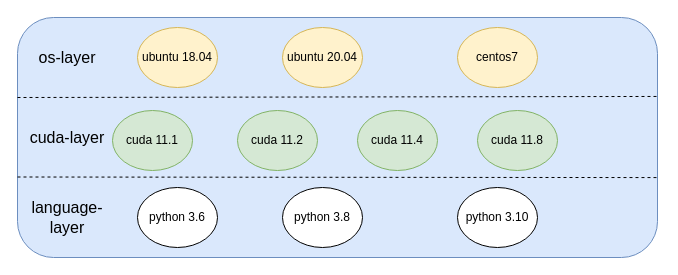
YanshanSong/draw.io keeps this draw.io diagram as docker-buildx-bake.drawio. Above is the earlier version. Source tidied: cells renumbered, new cells numbered last; positions are measured from the earlier drawing's top-left corner, leaving out a move shared by most shapes. Both pictures are drawn from the tidied source at 100%, with x=0, y=0 at pixel (17, 17).
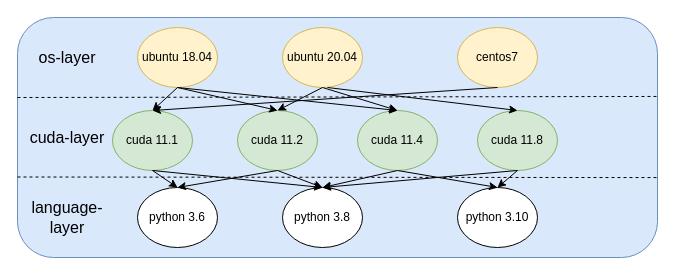
After the change.

The change refers to these unchanged cells:
```xml
<mxCell id="3" value="ubuntu 18.04" style="ellipse;whiteSpace=wrap;html=1;fillColor=#fff2cc;strokeColor=#d6b656;" parent="1" vertex="1">
  <mxGeometry x="120" y="10" width="80" height="60" as="geometry" />
</mxCell>
<mxCell id="4" value="ubuntu 20.04" style="ellipse;whiteSpace=wrap;html=1;fillColor=#fff2cc;strokeColor=#d6b656;" parent="1" vertex="1">
  <mxGeometry x="265" y="10" width="80" height="60" as="geometry" />
</mxCell>
<mxCell id="8" value="cuda 11.1" style="ellipse;whiteSpace=wrap;html=1;fillColor=#d5e8d4;strokeColor=#82b366;" parent="1" vertex="1">
  <mxGeometry x="95" y="93" width="80" height="60" as="geometry" />
</mxCell>
<mxCell id="9" value="cuda 11.2" style="ellipse;whiteSpace=wrap;html=1;fillColor=#d5e8d4;strokeColor=#82b366;" parent="1" vertex="1">
  <mxGeometry x="220" y="93" width="80" height="60" as="geometry" />
</mxCell>
<mxCell id="10" value="cuda 11.4" style="ellipse;whiteSpace=wrap;html=1;fillColor=#d5e8d4;strokeColor=#82b366;" parent="1" vertex="1">
  <mxGeometry x="340" y="93" width="80" height="60" as="geometry" />
</mxCell>
<mxCell id="11" value="cuda 11.8" style="ellipse;whiteSpace=wrap;html=1;fillColor=#d5e8d4;strokeColor=#82b366;" parent="1" vertex="1">
  <mxGeometry x="460" y="93" width="80" height="60" as="geometry" />
</mxCell>
<mxCell id="12" value="centos7" style="ellipse;whiteSpace=wrap;html=1;fillColor=#fff2cc;strokeColor=#d6b656;" parent="1" vertex="1">
  <mxGeometry x="440" y="10" width="80" height="60" as="geometry" />
</mxCell>
<mxCell id="15" value="python 3.6" style="ellipse;whiteSpace=wrap;html=1;" parent="1" vertex="1">
  <mxGeometry x="120" y="170" width="80" height="60" as="geometry" />
</mxCell>
<mxCell id="16" value="python 3.8" style="ellipse;whiteSpace=wrap;html=1;" parent="1" vertex="1">
  <mxGeometry x="265" y="170" width="80" height="60" as="geometry" />
</mxCell>
<mxCell id="17" value="python 3.10" style="ellipse;whiteSpace=wrap;html=1;" parent="1" vertex="1">
  <mxGeometry x="440" y="170" width="80" height="60" as="geometry" />
</mxCell>
```

Diff of the diagram source:
```diff
@@
+    <mxCell id="18" style="endArrow=classic;html=1;rounded=0;exitX=0.5;exitY=1;exitDx=0;exitDy=0;entryX=0.5;entryY=0;entryDx=0;entryDy=0;" parent="1" edge="1" source="3" target="8">
+      <mxGeometry relative="1" as="geometry" />
+    </mxCell>
+    <mxCell id="19" style="endArrow=classic;html=1;rounded=0;exitX=0.5;exitY=1;exitDx=0;exitDy=0;entryX=0.5;entryY=0;entryDx=0;entryDy=0;" parent="1" edge="1" source="3" target="9">
+      <mxGeometry relative="1" as="geometry" />
+    </mxCell>
+    <mxCell id="20" style="endArrow=classic;html=1;rounded=0;entryX=0.5;entryY=0;entryDx=0;entryDy=0;" parent="1" edge="1" target="10">
+      <mxGeometry relative="1" as="geometry">
+        <mxPoint x="160" y="70" as="sourcePoint" />
+      </mxGeometry>
+    </mxCell>
+    <mxCell id="21" style="endArrow=classic;html=1;rounded=0;exitX=0.5;exitY=1;exitDx=0;exitDy=0;entryX=0.5;entryY=0;entryDx=0;entryDy=0;" parent="1" edge="1" source="4" target="9">
+      <mxGeometry relative="1" as="geometry" />
+    </mxCell>
+    <mxCell id="22" style="endArrow=classic;html=1;rounded=0;exitX=0.5;exitY=1;exitDx=0;exitDy=0;entryX=0.5;entryY=0;entryDx=0;entryDy=0;" parent="1" edge="1" source="4" target="10">
+      <mxGeometry relative="1" as="geometry" />
+    </mxCell>
+    <mxCell id="23" style="endArrow=classic;html=1;rounded=0;entryX=0.5;entryY=0;entryDx=0;entryDy=0;" parent="1" edge="1" target="11">
+      <mxGeometry relative="1" as="geometry">
+        <mxPoint x="310" y="70" as="sourcePoint" />
+      </mxGeometry>
+    </mxCell>
+    <mxCell id="24" style="endArrow=classic;html=1;rounded=0;entryX=0.5;entryY=0;entryDx=0;entryDy=0;exitX=0.5;exitY=1;exitDx=0;exitDy=0;" parent="1" edge="1" source="12" target="8">
+      <mxGeometry relative="1" as="geometry" />
+    </mxCell>
+    <mxCell id="25" style="endArrow=classic;html=1;rounded=0;exitX=0.5;exitY=1;exitDx=0;exitDy=0;entryX=0.5;entryY=0;entryDx=0;entryDy=0;" parent="1" edge="1" source="8" target="15">
+      <mxGeometry relative="1" as="geometry" />
+    </mxCell>
+    <mxCell id="26" style="endArrow=classic;html=1;rounded=0;exitX=0.5;exitY=1;exitDx=0;exitDy=0;entryX=0.5;entryY=0;entryDx=0;entryDy=0;" parent="1" edge="1" source="8" target="16">
+      <mxGeometry relative="1" as="geometry" />
+    </mxCell>
+    <mxCell id="27" style="endArrow=classic;html=1;rounded=0;exitX=0.5;exitY=1;exitDx=0;exitDy=0;entryX=0.5;entryY=0;entryDx=0;entryDy=0;" parent="1" edge="1" source="9" target="15">
+      <mxGeometry relative="1" as="geometry" />
+    </mxCell>
+    <mxCell id="28" style="endArrow=classic;html=1;rounded=0;exitX=0.5;exitY=1;exitDx=0;exitDy=0;entryX=0.5;entryY=0;entryDx=0;entryDy=0;" parent="1" edge="1" source="9" target="16">
+      <mxGeometry relative="1" as="geometry" />
+    </mxCell>
+    <mxCell id="29" style="endArrow=classic;html=1;rounded=0;exitX=0.5;exitY=1;exitDx=0;exitDy=0;entryX=0.5;entryY=0;entryDx=0;entryDy=0;" parent="1" edge="1" source="10" target="16">
+      <mxGeometry relative="1" as="geometry" />
+    </mxCell>
+    <mxCell id="30" style="endArrow=classic;html=1;rounded=0;exitX=0.5;exitY=1;exitDx=0;exitDy=0;entryX=0.5;entryY=0;entryDx=0;entryDy=0;" parent="1" edge="1" source="10" target="17">
+      <mxGeometry relative="1" as="geometry" />
+    </mxCell>
+    <mxCell id="31" style="endArrow=classic;html=1;rounded=0;exitX=0.5;exitY=1;exitDx=0;exitDy=0;entryX=0.5;entryY=0;entryDx=0;entryDy=0;" parent="1" edge="1" source="11" target="16">
+      <mxGeometry relative="1" as="geometry" />
+    </mxCell>
+    <mxCell id="32" style="endArrow=classic;html=1;rounded=0;exitX=0.5;exitY=1;exitDx=0;exitDy=0;entryX=0.5;entryY=0;entryDx=0;entryDy=0;" parent="1" edge="1" source="11" target="17">
+      <mxGeometry relative="1" as="geometry" />
+    </mxCell>
```
